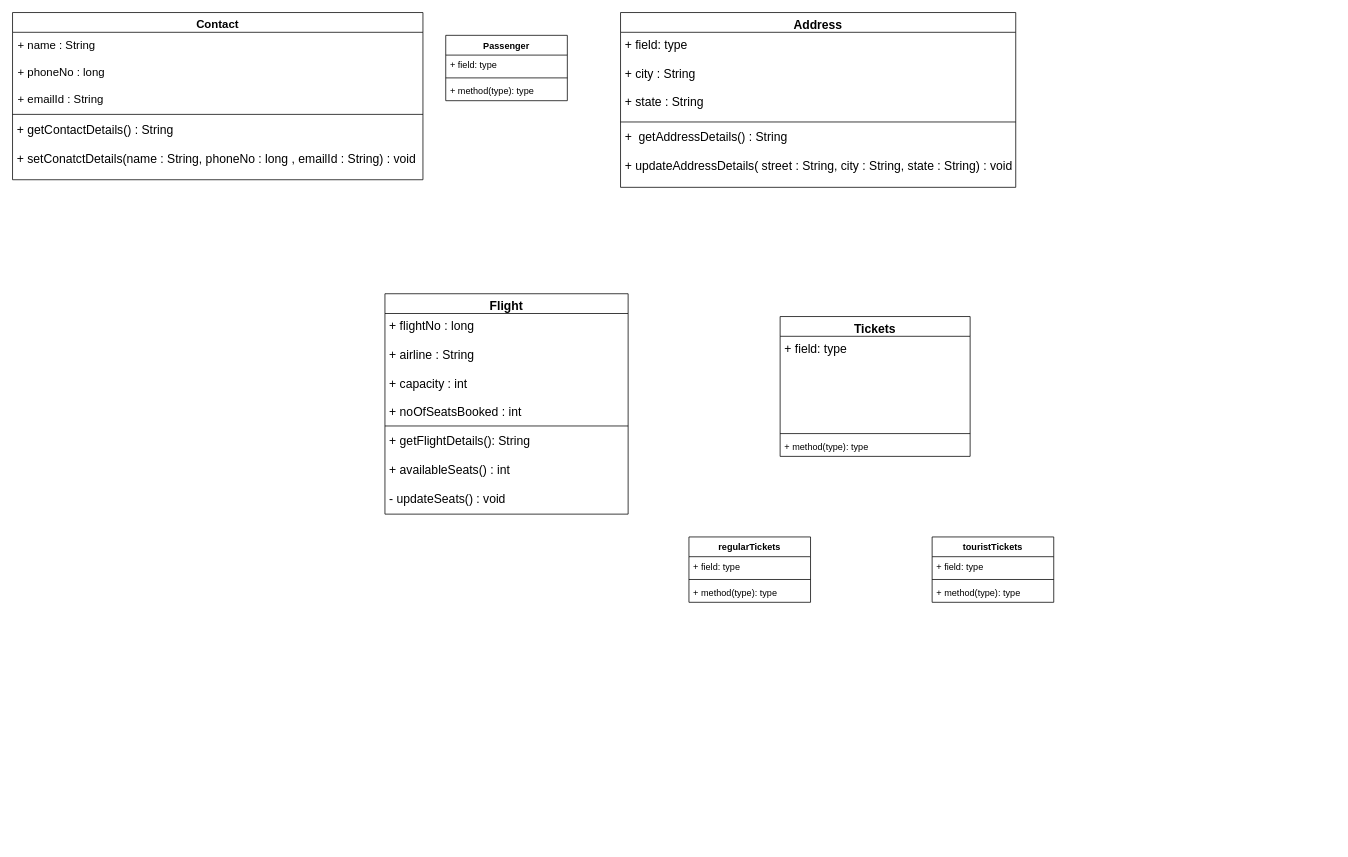
This is UML/class diagram.drawio from abdulashfaq/FRS, a draw.io file, before an edit. Source tidied: cells renumbered, new cells numbered last; positions are measured from the earlier drawing's top-left corner, leaving out a move shared by most shapes. Both pictures are drawn from the tidied source at 76%, with x=0, y=0 at pixel (12, 12).
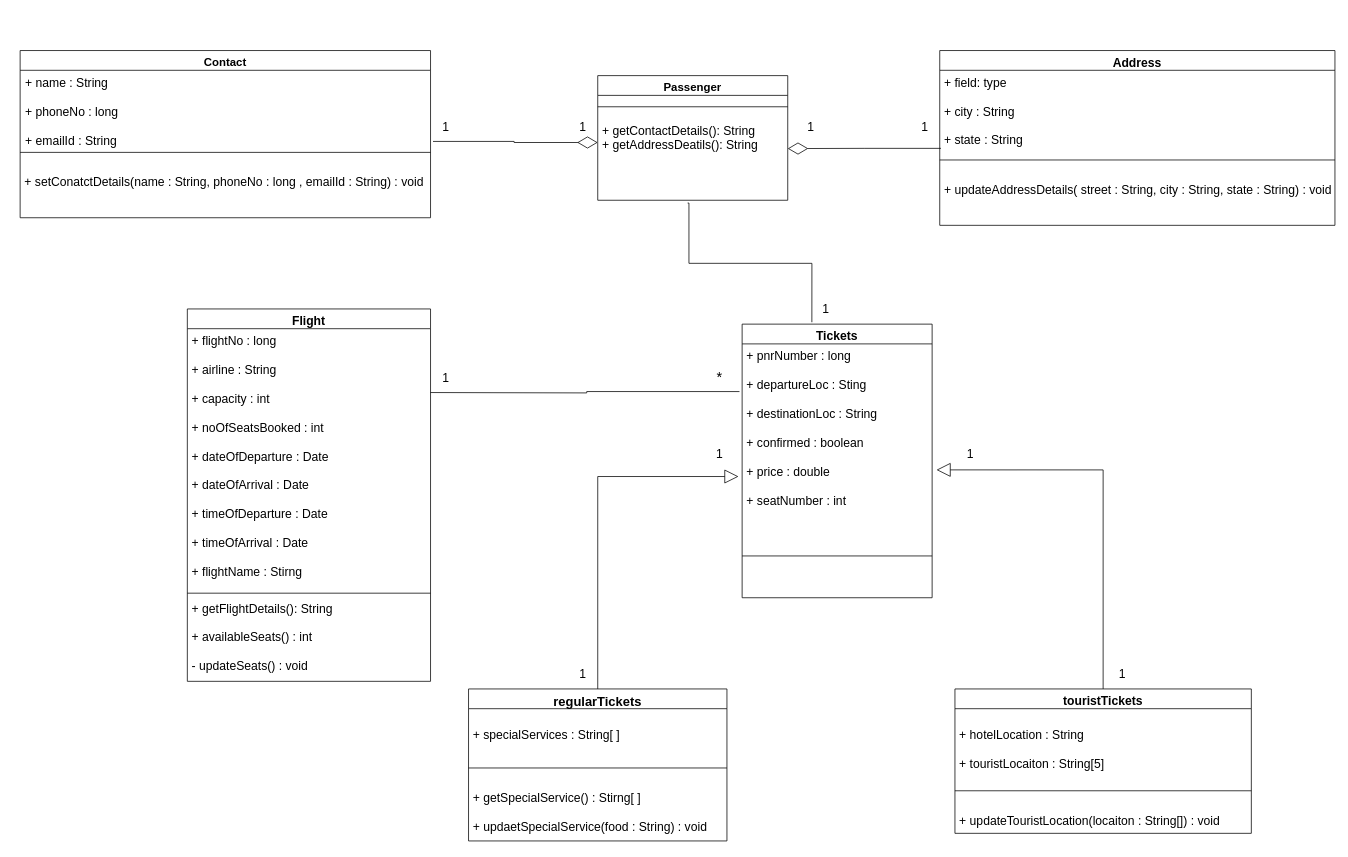
The same page after the edit.

Commit message (it also covers changes not shown here):
updated the class diagram

The change refers to these unchanged cells:
```xml
<mxCell id="11" value="+ field: type&#10;&#10;+ city : String&#10;&#10;+ state : String" style="text;strokeColor=none;fillColor=none;align=left;verticalAlign=top;spacingLeft=4;spacingRight=4;overflow=hidden;points=[[0,0.5],[1,0.5]];portConstraint=eastwest;fontSize=16;" parent="10" vertex="1">
  <mxGeometry y="26" width="520" height="114" as="geometry" />
</mxCell>
```

Change to the diagram source:
```diff
@@
-    <mxCell id="2" value="Passenger" style="swimlane;fontStyle=1;align=center;verticalAlign=top;horizontal=1;startSize=26;" parent="1" vertex="1">
-      <mxGeometry x="570" y="30" width="160" height="86" as="geometry" />
+    <mxCell id="2" value="Passenger" style="swimlane;fontStyle=1;align=center;verticalAlign=top;horizontal=1;startSize=26;fontSize=15;" parent="1" vertex="1">
+      <mxGeometry x="770" y="83" width="250" height="164" as="geometry" />
     </mxCell>
-    <mxCell id="3" value="+ field: type" style="text;strokeColor=none;fillColor=none;align=left;verticalAlign=top;spacingLeft=4;spacingRight=4;overflow=hidden;" parent="2" vertex="1">
-      <mxGeometry y="26" width="160" height="26" as="geometry" />
-    </mxCell>
     <mxCell id="4" style="line;strokeWidth=1;fillColor=none;align=left;verticalAlign=middle;spacingTop=-1;spacingLeft=3;spacingRight=3;labelPosition=right;" parent="2" vertex="1">
-      <mxGeometry y="52" width="160" height="8" as="geometry" />
+      <mxGeometry y="26" width="250" height="30" as="geometry" />
     </mxCell>
-    <mxCell id="5" value="+ method(type): type" style="text;strokeColor=none;fillColor=none;align=left;verticalAlign=top;spacingLeft=4;spacingRight=4;overflow=hidden;points=[[0,0.5],[1,0.5]];portConstraint=eastwest;" parent="2" vertex="1">
-      <mxGeometry y="60" width="160" height="26" as="geometry" />
+    <mxCell id="5" value="+ getContactDetails(): String&#10;+ getAddressDeatils(): String" style="text;strokeColor=none;fillColor=none;align=left;verticalAlign=top;spacingLeft=4;spacingRight=4;overflow=hidden;points=[[0,0.5],[1,0.5]];portConstraint=eastwest;fontSize=16;" parent="2" vertex="1">
+      <mxGeometry y="56" width="250" height="108" as="geometry" />
     </mxCell>
     <mxCell id="6" value="Contact" style="swimlane;fontStyle=1;align=center;verticalAlign=top;horizontal=1;startSize=26;fontSize=15;" parent="1" vertex="1">
-      <mxGeometry width="540" height="220" as="geometry" />
+      <mxGeometry x="10" y="50" width="540" height="220" as="geometry" />
     </mxCell>
-    <mxCell id="7" value="+ name : String&#10;&#10;+ phoneNo : long&#10;&#10;+ emailId : String" style="text;strokeColor=none;fillColor=none;align=left;verticalAlign=top;spacingLeft=4;spacingRight=4;overflow=hidden;points=[[0,0.5],[1,0.5]];portConstraint=eastwest;spacing=3;fontSize=15;" parent="6" vertex="1">
+    <mxCell id="7" value="+ name : String&#10;&#10;+ phoneNo : long&#10;&#10;+ emailId : String" style="text;strokeColor=none;fillColor=none;align=left;verticalAlign=top;spacingLeft=4;spacingRight=4;overflow=hidden;points=[[0,0.5],[1,0.5]];portConstraint=eastwest;spacing=3;fontSize=16;" parent="6" vertex="1">
       <mxGeometry y="26" width="540" height="104" as="geometry" />
     </mxCell>
@@
-    <mxCell id="9" value="+ getContactDetails() : String&#10;&#10;+ setConatctDetails(name : String, phoneNo : long , emailId : String) : void" style="text;strokeColor=none;fillColor=none;align=left;verticalAlign=top;spacingLeft=4;spacingRight=4;overflow=hidden;fontSize=16;" parent="6" vertex="1">
+    <mxCell id="9" value="&#10;+ setConatctDetails(name : String, phoneNo : long , emailId : String) : void" style="text;strokeColor=none;fillColor=none;align=left;verticalAlign=top;spacingLeft=4;spacingRight=4;overflow=hidden;fontSize=16;" parent="6" vertex="1">
       <mxGeometry y="138" width="540" height="82" as="geometry" />
     </mxCell>
     <mxCell id="10" value="Address" style="swimlane;fontStyle=1;align=center;verticalAlign=top;horizontal=1;startSize=26;fontSize=16;" parent="1" vertex="1">
-      <mxGeometry x="800" width="520" height="230" as="geometry" />
+      <mxGeometry x="1220" y="50" width="520" height="230" as="geometry" />
     </mxCell>
@@
-    <mxCell id="13" value="+  getAddressDetails() : String &#10;&#10;+ updateAddressDetails( street : String, city : String, state : String) : void" style="text;strokeColor=none;fillColor=none;align=left;verticalAlign=top;spacingLeft=4;spacingRight=4;overflow=hidden;fontSize=16;" parent="10" vertex="1">
+    <mxCell id="13" value="&#10;+ updateAddressDetails( street : String, city : String, state : String) : void" style="text;strokeColor=none;fillColor=none;align=left;verticalAlign=top;spacingLeft=4;spacingRight=4;overflow=hidden;fontSize=16;" parent="10" vertex="1">
       <mxGeometry y="148" width="520" height="82" as="geometry" />
     </mxCell>
     <mxCell id="14" value="Tickets" style="swimlane;fontStyle=1;align=center;verticalAlign=top;horizontal=1;startSize=26;fontSize=16;" parent="1" vertex="1">
-      <mxGeometry x="1010" y="400" width="250" height="184" as="geometry" />
+      <mxGeometry x="960" y="410" width="250" height="360" as="geometry" />
     </mxCell>
-    <mxCell id="15" value="+ field: type" style="text;strokeColor=none;fillColor=none;align=left;verticalAlign=top;spacingLeft=4;spacingRight=4;overflow=hidden;points=[[0,0.5],[1,0.5]];portConstraint=eastwest;fontSize=16;" parent="14" vertex="1">
-      <mxGeometry y="26" width="250" height="124" as="geometry" />
+    <mxCell id="15" value="+ pnrNumber : long&#10;&#10;+ departureLoc : Sting&#10;&#10;+ destinationLoc : String&#10;&#10;+ confirmed : boolean&#10;&#10;+ price : double &#10;&#10;+ seatNumber : int&#10;" style="text;strokeColor=none;fillColor=none;align=left;verticalAlign=top;spacingLeft=4;spacingRight=4;overflow=hidden;points=[[0,0.5],[1,0.5]];portConstraint=eastwest;fontSize=16;" parent="14" vertex="1">
+      <mxGeometry y="26" width="250" height="224" as="geometry" />
     </mxCell>
     <mxCell id="16" style="line;strokeWidth=1;fillColor=none;align=left;verticalAlign=middle;spacingTop=-1;spacingLeft=3;spacingRight=3;labelPosition=right;" parent="14" vertex="1">
-      <mxGeometry y="150" width="250" height="8" as="geometry" />
+      <mxGeometry y="250" width="250" height="110" as="geometry" />
     </mxCell>
-    <mxCell id="17" value="+ method(type): type" style="text;strokeColor=none;fillColor=none;align=left;verticalAlign=top;spacingLeft=4;spacingRight=4;overflow=hidden;" parent="14" vertex="1">
-      <mxGeometry y="158" width="250" height="26" as="geometry" />
-    </mxCell>
-    <mxCell id="18" value="regularTickets" style="swimlane;fontStyle=1;align=center;verticalAlign=top;horizontal=1;startSize=26;" parent="1" vertex="1">
-      <mxGeometry x="890" y="690" width="160" height="86" as="geometry" />
+    <mxCell id="18" value="regularTickets" style="swimlane;fontStyle=1;align=center;verticalAlign=top;horizontal=1;startSize=26;fontSize=17;" parent="1" vertex="1">
+      <mxGeometry x="600" y="890" width="340" height="200" as="geometry" />
     </mxCell>
-    <mxCell id="19" value="+ field: type" style="text;strokeColor=none;fillColor=none;align=left;verticalAlign=top;spacingLeft=4;spacingRight=4;overflow=hidden;" parent="18" vertex="1">
-      <mxGeometry y="26" width="160" height="26" as="geometry" />
+    <mxCell id="19" value="&#10;+ specialServices : String[ ]" style="text;strokeColor=none;fillColor=none;align=left;verticalAlign=top;spacingLeft=4;spacingRight=4;overflow=hidden;fontSize=16;" parent="18" vertex="1">
+      <mxGeometry y="26" width="340" height="74" as="geometry" />
     </mxCell>
     <mxCell id="20" style="line;strokeWidth=1;fillColor=none;align=left;verticalAlign=middle;spacingTop=-1;spacingLeft=3;spacingRight=3;labelPosition=right;" parent="18" vertex="1">
-      <mxGeometry y="52" width="160" height="8" as="geometry" />
+      <mxGeometry y="100" width="340" height="8" as="geometry" />
     </mxCell>
-    <mxCell id="21" value="+ method(type): type" style="text;strokeColor=none;fillColor=none;align=left;verticalAlign=top;spacingLeft=4;spacingRight=4;overflow=hidden;" parent="18" vertex="1">
-      <mxGeometry y="60" width="160" height="26" as="geometry" />
+    <mxCell id="21" value="&#10;+ getSpecialService() : Stirng[ ]&#10;&#10;+ updaetSpecialService(food : String) : void " style="text;strokeColor=none;fillColor=none;align=left;verticalAlign=top;spacingLeft=4;spacingRight=4;overflow=hidden;fontSize=16;" parent="18" vertex="1">
+      <mxGeometry y="108" width="340" height="92" as="geometry" />
     </mxCell>
-    <mxCell id="22" value="touristTickets" style="swimlane;fontStyle=1;align=center;verticalAlign=top;horizontal=1;startSize=26;" parent="1" vertex="1">
-      <mxGeometry x="1210" y="690" width="160" height="86" as="geometry" />
+    <mxCell id="22" value="touristTickets" style="swimlane;fontStyle=1;align=center;verticalAlign=top;horizontal=1;startSize=26;fontSize=16;" parent="1" vertex="1">
+      <mxGeometry x="1240" y="890" width="390" height="190" as="geometry" />
     </mxCell>
-    <mxCell id="23" value="+ field: type" style="text;strokeColor=none;fillColor=none;align=left;verticalAlign=top;spacingLeft=4;spacingRight=4;overflow=hidden;" parent="22" vertex="1">
-      <mxGeometry y="26" width="160" height="26" as="geometry" />
+    <mxCell id="23" value="&#10;+ hotelLocation : String&#10;&#10;+ touristLocaiton : String[5]" style="text;strokeColor=none;fillColor=none;align=left;verticalAlign=top;spacingLeft=4;spacingRight=4;overflow=hidden;fontSize=16;" parent="22" vertex="1">
+      <mxGeometry y="26" width="390" height="104" as="geometry" />
     </mxCell>
     <mxCell id="24" style="line;strokeWidth=1;fillColor=none;align=left;verticalAlign=middle;spacingTop=-1;spacingLeft=3;spacingRight=3;labelPosition=right;" parent="22" vertex="1">
-      <mxGeometry y="52" width="160" height="8" as="geometry" />
+      <mxGeometry y="130" width="390" height="8" as="geometry" />
     </mxCell>
-    <mxCell id="25" value="+ method(type): type" style="text;strokeColor=none;fillColor=none;align=left;verticalAlign=top;spacingLeft=4;spacingRight=4;overflow=hidden;" parent="22" vertex="1">
-      <mxGeometry y="60" width="160" height="26" as="geometry" />
+    <mxCell id="25" value="&#10;+ updateTouristLocation(locaiton : String[]) : void " style="text;strokeColor=none;fillColor=none;align=left;verticalAlign=top;spacingLeft=4;spacingRight=4;overflow=hidden;fontSize=16;" parent="22" vertex="1">
+      <mxGeometry y="138" width="390" height="52" as="geometry" />
     </mxCell>
     <mxCell id="26" value="Flight" style="swimlane;fontStyle=1;align=center;verticalAlign=top;horizontal=1;startSize=26;fontSize=16;" parent="1" vertex="1">
-      <mxGeometry x="490" y="370" width="320" height="290" as="geometry" />
+      <mxGeometry x="230" y="390" width="320" height="490" as="geometry" />
     </mxCell>
-    <mxCell id="27" value="+ flightNo : long&#10;&#10;+ airline : String&#10;&#10;+ capacity : int &#10;&#10;+ noOfSeatsBooked : int" style="text;strokeColor=none;fillColor=none;align=left;verticalAlign=top;spacingLeft=4;spacingRight=4;overflow=hidden;fontSize=16;" parent="26" vertex="1">
-      <mxGeometry y="26" width="320" height="144" as="geometry" />
+    <mxCell id="27" value="+ flightNo : long&#10;&#10;+ airline : String&#10;&#10;+ capacity : int &#10;&#10;+ noOfSeatsBooked : int&#10;&#10;+ dateOfDeparture : Date &#10;&#10;+ dateOfArrival : Date&#10;&#10;+ timeOfDeparture : Date&#10;&#10;+ timeOfArrival : Date&#10;&#10;+ flightName : Stirng" style="text;strokeColor=none;fillColor=none;align=left;verticalAlign=top;spacingLeft=4;spacingRight=4;overflow=hidden;fontSize=16;" parent="26" vertex="1">
+      <mxGeometry y="26" width="320" height="344" as="geometry" />
     </mxCell>
     <mxCell id="28" style="line;strokeWidth=1;fillColor=none;align=left;verticalAlign=middle;spacingTop=-1;spacingLeft=3;spacingRight=3;labelPosition=right;" parent="26" vertex="1">
-      <mxGeometry y="170" width="320" height="8" as="geometry" />
+      <mxGeometry y="370" width="320" height="8" as="geometry" />
     </mxCell>
     <mxCell id="29" value="+ getFlightDetails(): String&#10;&#10;+ availableSeats() : int&#10;&#10;- updateSeats() : void " style="text;strokeColor=none;fillColor=none;align=left;verticalAlign=top;spacingLeft=4;spacingRight=4;overflow=hidden;fontSize=16;" parent="26" vertex="1">
-      <mxGeometry y="178" width="320" height="112" as="geometry" />
+      <mxGeometry y="378" width="320" height="112" as="geometry" />
     </mxCell>
+    <mxCell id="30" style="endArrow=diamondThin;endFill=0;endSize=24;html=1;rounded=0;fontSize=16;edgeStyle=orthogonalEdgeStyle;exitX=0.003;exitY=0.901;exitDx=0;exitDy=0;exitPerimeter=0;" parent="1" edge="1" source="11">
+      <mxGeometry relative="1" as="geometry">
+        <mxPoint x="1020" y="179" as="targetPoint" />
+      </mxGeometry>
+    </mxCell>
+    <mxCell id="31" style="endArrow=diamondThin;endFill=0;endSize=24;html=1;rounded=0;fontSize=16;edgeStyle=orthogonalEdgeStyle;exitX=1.006;exitY=0.9;exitDx=0;exitDy=0;exitPerimeter=0;" parent="1" edge="1" source="7">
+      <mxGeometry relative="1" as="geometry">
+        <mxPoint x="770" y="171" as="targetPoint" />
+        <Array as="points">
+          <mxPoint x="660" y="170" />
+          <mxPoint x="660" y="171" />
+        </Array>
+      </mxGeometry>
+    </mxCell>
+    <mxCell id="32" value="1" style="text;html=1;align=center;verticalAlign=middle;strokeColor=none;fillColor=none;fontSize=16;" parent="1" vertex="1">
+      <mxGeometry x="740" y="140" width="20" height="20" as="geometry" />
+    </mxCell>
+    <mxCell id="33" value="1" style="text;html=1;align=center;verticalAlign=middle;strokeColor=none;fillColor=none;fontSize=16;" parent="1" vertex="1">
+      <mxGeometry x="560" y="140" width="20" height="20" as="geometry" />
+    </mxCell>
+    <mxCell id="34" value="1" style="text;html=1;align=center;verticalAlign=middle;strokeColor=none;fillColor=none;fontSize=16;" parent="1" vertex="1">
+      <mxGeometry x="1040" y="140" width="20" height="20" as="geometry" />
+    </mxCell>
+    <mxCell id="35" value="1" style="text;html=1;align=center;verticalAlign=middle;strokeColor=none;fillColor=none;fontSize=16;" parent="1" vertex="1">
+      <mxGeometry x="1190" y="140" width="20" height="20" as="geometry" />
+    </mxCell>
+    <mxCell id="36" style="endArrow=block;endSize=16;endFill=0;html=1;rounded=0;fontSize=16;edgeStyle=orthogonalEdgeStyle;entryX=-0.019;entryY=0.779;entryDx=0;entryDy=0;entryPerimeter=0;exitX=0.5;exitY=0;exitDx=0;exitDy=0;" parent="1" edge="1" source="18" target="15">
+      <mxGeometry relative="1" as="geometry" />
+    </mxCell>
+    <mxCell id="37" style="endArrow=block;endSize=16;endFill=0;html=1;rounded=0;fontSize=16;edgeStyle=orthogonalEdgeStyle;entryX=1.023;entryY=0.74;entryDx=0;entryDy=0;entryPerimeter=0;" parent="1" edge="1" source="22" target="15">
+      <mxGeometry relative="1" as="geometry" />
+    </mxCell>
+    <mxCell id="38" style="endArrow=none;html=1;edgeStyle=orthogonalEdgeStyle;rounded=0;fontSize=16;entryX=-0.014;entryY=0.28;entryDx=0;entryDy=0;entryPerimeter=0;" parent="1" edge="1" target="15">
+      <mxGeometry relative="1" as="geometry">
+        <mxPoint x="550" y="500" as="sourcePoint" />
+      </mxGeometry>
+    </mxCell>
+    <mxCell id="39" value="1" style="text;html=1;align=center;verticalAlign=middle;strokeColor=none;fillColor=none;fontSize=16;" parent="1" vertex="1">
+      <mxGeometry x="560" y="470" width="20" height="20" as="geometry" />
+    </mxCell>
+    <mxCell id="40" value="*" style="text;html=1;align=center;verticalAlign=middle;strokeColor=none;fillColor=none;fontSize=19;" parent="1" vertex="1">
+      <mxGeometry x="920" y="465" width="20" height="30" as="geometry" />
+    </mxCell>
+    <mxCell id="41" value="1" style="text;html=1;align=center;verticalAlign=middle;strokeColor=none;fillColor=none;fontSize=16;" parent="1" vertex="1">
+      <mxGeometry x="920" y="570" width="20" height="20" as="geometry" />
+    </mxCell>
+    <mxCell id="42" value="1" style="text;html=1;align=center;verticalAlign=middle;strokeColor=none;fillColor=none;fontSize=16;" parent="1" vertex="1">
+      <mxGeometry x="740" y="860" width="20" height="20" as="geometry" />
+    </mxCell>
+    <mxCell id="43" value="1" style="text;html=1;align=center;verticalAlign=middle;strokeColor=none;fillColor=none;fontSize=16;" parent="1" vertex="1">
+      <mxGeometry x="1450" y="860" width="20" height="20" as="geometry" />
+    </mxCell>
+    <mxCell id="44" value="1" style="text;html=1;align=center;verticalAlign=middle;strokeColor=none;fillColor=none;fontSize=16;" parent="1" vertex="1">
+      <mxGeometry x="1250" y="570" width="20" height="20" as="geometry" />
+    </mxCell>
+    <mxCell id="45" style="endArrow=none;html=1;edgeStyle=orthogonalEdgeStyle;rounded=0;fontSize=19;entryX=0.367;entryY=-0.007;entryDx=0;entryDy=0;entryPerimeter=0;exitX=0.473;exitY=1.034;exitDx=0;exitDy=0;exitPerimeter=0;" parent="1" edge="1" source="5" target="14">
+      <mxGeometry relative="1" as="geometry">
+        <Array as="points">
+          <mxPoint x="890" y="251" />
+          <mxPoint x="890" y="330" />
+          <mxPoint x="1052" y="330" />
+        </Array>
+      </mxGeometry>
+    </mxCell>
+    <mxCell id="46" value="1" style="text;html=1;align=center;verticalAlign=middle;strokeColor=none;fillColor=none;fontSize=16;" parent="1" vertex="1">
+      <mxGeometry x="1060" y="380" width="20" height="20" as="geometry" />
+    </mxCell>
```
